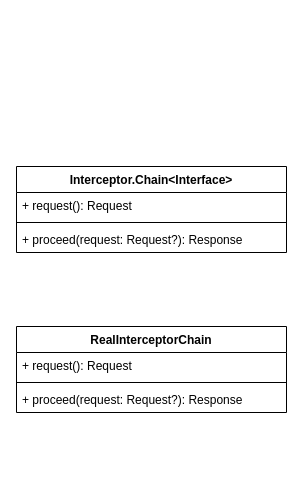
Above: OkHttp-Interceptor-Chain.drawio in Eanam/PointlessDiagram (draw.io), before the change. Source tidied: cells renumbered, new cells numbered last; positions are measured from the earlier drawing's top-left corner, leaving out a move shared by most shapes. Both pictures are drawn from the tidied source at 100%, with x=0, y=0 at pixel (16, 166).
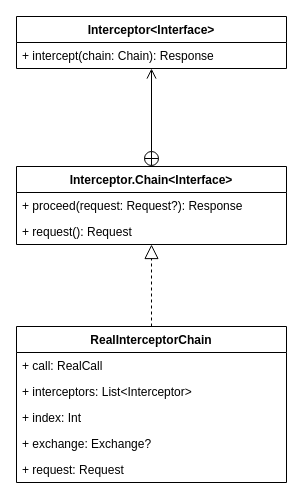
After the change.

Diff of the diagram source:
```diff
@@
 <mxGraphModel>
   <root>
     <mxCell id="0" />
     <mxCell id="1" parent="0" />
     <mxCell id="2" value="Interceptor.Chain&lt;Interface&gt;" style="swimlane;fontStyle=1;align=center;verticalAlign=top;horizontal=1;startSize=26;" parent="1" vertex="1">
-      <mxGeometry width="270" height="86" as="geometry" />
+      <mxGeometry width="270" height="78" as="geometry" />
     </mxCell>
+    <mxCell id="5" value="+ proceed(request: Request?): Response" style="text;strokeColor=none;fillColor=none;align=left;verticalAlign=top;spacingLeft=4;spacingRight=4;overflow=hidden;" parent="2" vertex="1">
+      <mxGeometry y="26" width="270" height="26" as="geometry" />
+    </mxCell>
     <mxCell id="3" value="+ request(): Request" style="text;strokeColor=none;fillColor=none;align=left;verticalAlign=top;spacingLeft=4;spacingRight=4;overflow=hidden;" parent="2" vertex="1">
-      <mxGeometry y="26" width="270" height="26" as="geometry" />
+      <mxGeometry y="52" width="270" height="26" as="geometry" />
     </mxCell>
-    <mxCell id="4" style="line;strokeWidth=1;fillColor=none;align=left;verticalAlign=middle;spacingTop=-1;spacingLeft=3;spacingRight=3;labelPosition=right;" parent="2" vertex="1">
-      <mxGeometry y="52" width="270" height="8" as="geometry" />
-    </mxCell>
-    <mxCell id="5" value="+ proceed(request: Request?): Response" style="text;strokeColor=none;fillColor=none;align=left;verticalAlign=top;spacingLeft=4;spacingRight=4;overflow=hidden;" parent="2" vertex="1">
-      <mxGeometry y="60" width="270" height="26" as="geometry" />
-    </mxCell>
+    <mxCell id="10" value="Interceptor&lt;Interface&gt;" style="swimlane;fontStyle=1;align=center;verticalAlign=top;horizontal=1;startSize=26;" parent="1" vertex="1">
+      <mxGeometry y="-150" width="270" height="52" as="geometry" />
+    </mxCell>
+    <mxCell id="11" value="+ intercept(chain: Chain): Response" style="text;strokeColor=none;fillColor=none;align=left;verticalAlign=top;spacingLeft=4;spacingRight=4;overflow=hidden;points=[[0,0.5],[1,0.5]];portConstraint=eastwest;" parent="10" vertex="1">
+      <mxGeometry y="26" width="270" height="26" as="geometry" />
+    </mxCell>
+    <mxCell id="12" style="endArrow=open;startArrow=circlePlus;endFill=0;startFill=0;endSize=8;html=1;exitX=0.5;exitY=0;exitDx=0;exitDy=0;" parent="1" edge="1" source="2" target="11">
+      <mxGeometry relative="1" as="geometry" />
+    </mxCell>
     <mxCell id="6" value="RealInterceptorChain" style="swimlane;fontStyle=1;align=center;verticalAlign=top;horizontal=1;startSize=26;" parent="1" vertex="1">
-      <mxGeometry y="160" width="270" height="86" as="geometry" />
+      <mxGeometry y="160" width="270" height="156" as="geometry" />
     </mxCell>
-    <mxCell id="7" value="+ request(): Request" style="text;strokeColor=none;fillColor=none;align=left;verticalAlign=top;spacingLeft=4;spacingRight=4;overflow=hidden;" parent="6" vertex="1">
-      <mxGeometry y="26" width="270" height="26" as="geometry" />
-    </mxCell>
-    <mxCell id="8" style="line;strokeWidth=1;fillColor=none;align=left;verticalAlign=middle;spacingTop=-1;spacingLeft=3;spacingRight=3;labelPosition=right;" parent="6" vertex="1">
-      <mxGeometry y="52" width="270" height="8" as="geometry" />
-    </mxCell>
-    <mxCell id="9" value="+ proceed(request: Request?): Response" style="text;strokeColor=none;fillColor=none;align=left;verticalAlign=top;spacingLeft=4;spacingRight=4;overflow=hidden;" parent="6" vertex="1">
-      <mxGeometry y="60" width="270" height="26" as="geometry" />
-    </mxCell>
+    <mxCell id="13" value="+ call: RealCall" style="text;strokeColor=none;fillColor=none;align=left;verticalAlign=top;spacingLeft=4;spacingRight=4;overflow=hidden;" parent="6" vertex="1">
+      <mxGeometry y="26" width="270" height="26" as="geometry" />
+    </mxCell>
+    <mxCell id="14" value="+ interceptors: List&lt;Interceptor&gt;" style="text;strokeColor=none;fillColor=none;align=left;verticalAlign=top;spacingLeft=4;spacingRight=4;overflow=hidden;" parent="6" vertex="1">
+      <mxGeometry y="52" width="270" height="26" as="geometry" />
+    </mxCell>
+    <mxCell id="15" value="+ index: Int" style="text;strokeColor=none;fillColor=none;align=left;verticalAlign=top;spacingLeft=4;spacingRight=4;overflow=hidden;" parent="6" vertex="1">
+      <mxGeometry y="78" width="270" height="26" as="geometry" />
+    </mxCell>
+    <mxCell id="16" value="+ exchange: Exchange?" style="text;strokeColor=none;fillColor=none;align=left;verticalAlign=top;spacingLeft=4;spacingRight=4;overflow=hidden;" parent="6" vertex="1">
+      <mxGeometry y="104" width="270" height="26" as="geometry" />
+    </mxCell>
+    <mxCell id="17" value="+ request: Request" style="text;strokeColor=none;fillColor=none;align=left;verticalAlign=top;spacingLeft=4;spacingRight=4;overflow=hidden;" parent="6" vertex="1">
+      <mxGeometry y="130" width="270" height="26" as="geometry" />
+    </mxCell>
+    <mxCell id="18" style="endArrow=block;dashed=1;endFill=0;endSize=12;html=1;exitX=0.5;exitY=0;exitDx=0;exitDy=0;entryX=0.5;entryY=1;entryDx=0;entryDy=0;" parent="1" edge="1" source="6" target="2">
+      <mxGeometry relative="1" as="geometry" />
+    </mxCell>
   </root>
 </mxGraphModel>
```
